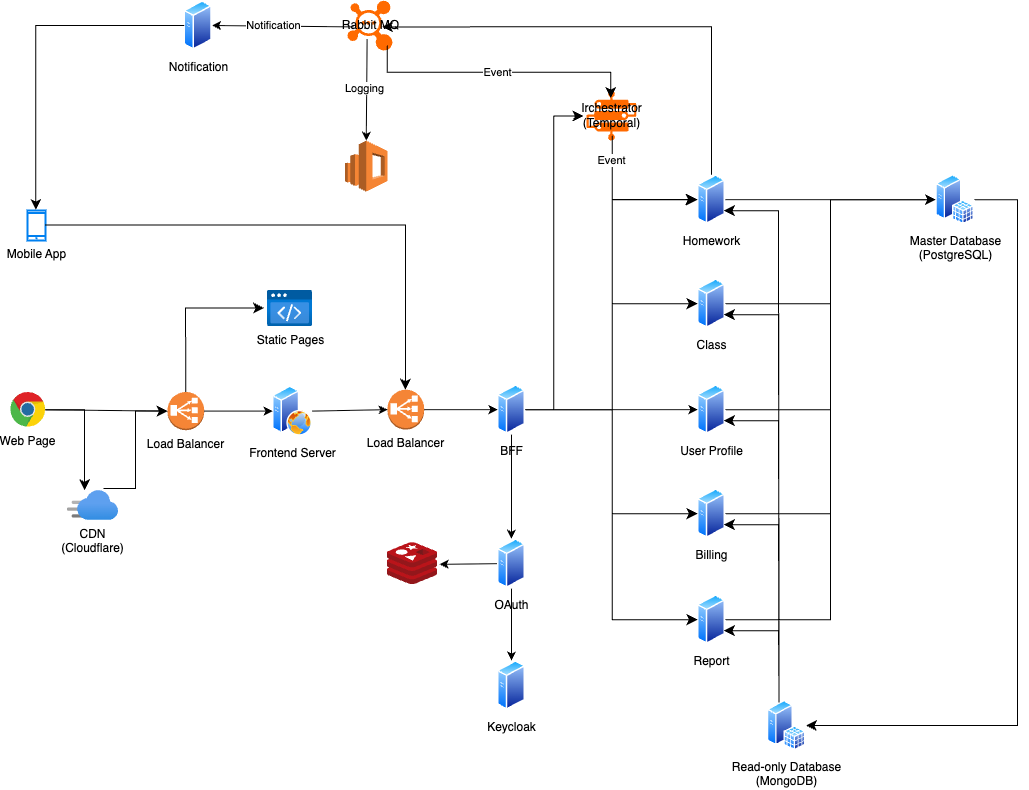
Above: docs/diagram/SystemDiagram.png in AnsonCheng03/TSIS_Wiki (draw.io), before the change. Source tidied: cells renumbered, new cells last; positions are measured from the earlier drawing's top-left corner, leaving out a move shared by most shapes.
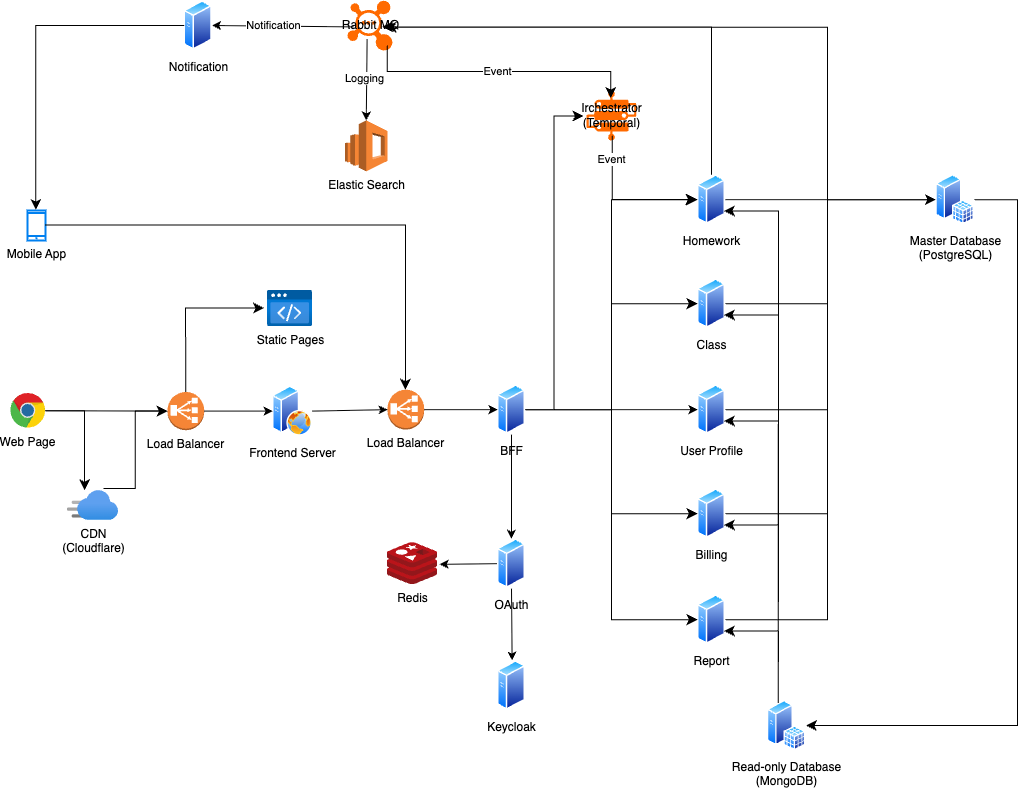
After the commit.

Commit message:
docs: update System Architecture Diagram

Diff of the diagram source:
```diff
@@ -2,7 +2,7 @@
   <root>
     <mxCell id="0" />
     <mxCell id="1" parent="0" />
-    <mxCell id="2" style="image;sketch=0;html=1;points=[];align=center;fontSize=12;image=img/lib/mscae/Cache_Redis_Product.svg;" parent="1" vertex="1">
+    <mxCell id="2" value="Redis" style="image;sketch=0;html=1;points=[];align=center;fontSize=12;image=img/lib/mscae/Cache_Redis_Product.svg;" parent="1" vertex="1">
       <mxGeometry x="377" y="542.1" width="50" height="42" as="geometry" />
     </mxCell>
     <mxCell id="3" value="Mobile App" style="html=1;verticalLabelPosition=bottom;align=center;labelBackgroundColor=#ffffff;verticalAlign=top;strokeWidth=2;strokeColor=#0080F0;shadow=0;dashed=0;shape=mxgraph.ios7.icons.smartphone;" parent="1" vertex="1">
@@ -15,7 +15,7 @@
       <mxGeometry relative="1" as="geometry" />
     </mxCell>
     <mxCell id="6" value="Web Page" style="dashed=0;outlineConnect=0;html=1;align=center;labelPosition=center;verticalLabelPosition=bottom;verticalAlign=top;shape=mxgraph.weblogos.chrome;" parent="1" vertex="1">
-      <mxGeometry x="-0.1" y="391.5" width="35.1" height="35.4" as="geometry" />
+      <mxGeometry x="-0.1" y="392.5" width="35.1" height="35.4" as="geometry" />
     </mxCell>
     <mxCell id="7" value="Load Balancer" style="outlineConnect=0;dashed=0;verticalLabelPosition=bottom;verticalAlign=top;align=center;html=1;shape=mxgraph.aws3.classic_load_balancer;fillColor=#F58536;gradientColor=none;" parent="1" vertex="1">
       <mxGeometry x="157" y="391.4" width="36.7" height="38.3" as="geometry" />
@@ -27,7 +27,11 @@
       <mxGeometry x="57" y="490" width="51" height="30" as="geometry" />
     </mxCell>
     <mxCell id="10" style="edgeStyle=segmentEdgeStyle;endArrow=classic;html=1;curved=0;rounded=0;endSize=8;startSize=8;entryX=0.333;entryY=-0.009;entryDx=0;entryDy=0;entryPerimeter=0;" parent="1" edge="1" source="6" target="9">
-      <mxGeometry relative="1" as="geometry" />
+      <mxGeometry relative="1" as="geometry">
+        <Array as="points">
+          <mxPoint x="74" y="410" />
+        </Array>
+      </mxGeometry>
     </mxCell>
     <mxCell id="11" style="edgeStyle=elbowEdgeStyle;elbow=horizontal;endArrow=classic;html=1;curved=0;rounded=0;endSize=8;startSize=8;exitX=0.708;exitY=-0.067;exitDx=0;exitDy=0;exitPerimeter=0;entryX=0;entryY=0.5;entryDx=0;entryDy=0;entryPerimeter=0;" parent="1" edge="1" source="9" target="7">
       <mxGeometry relative="1" as="geometry" />
@@ -157,19 +161,35 @@
       <mxGeometry relative="1" as="geometry" />
     </mxCell>
     <mxCell id="45" style="edgeStyle=elbowEdgeStyle;elbow=horizontal;endArrow=classic;html=1;curved=0;rounded=0;endSize=8;startSize=8;entryX=0;entryY=0.5;entryDx=0;entryDy=0;exitX=1;exitY=0.5;exitDx=0;exitDy=0;" parent="1" edge="1" source="25" target="38">
-      <mxGeometry relative="1" as="geometry" />
+      <mxGeometry relative="1" as="geometry">
+        <Array as="points">
+          <mxPoint x="817" y="410" />
+        </Array>
+      </mxGeometry>
     </mxCell>
     <mxCell id="46" style="endArrow=classic;html=1;rounded=0;exitX=1;exitY=0.5;exitDx=0;exitDy=0;entryX=0;entryY=0.5;entryDx=0;entryDy=0;" parent="1" edge="1" source="21" target="38">
       <mxGeometry relative="1" as="geometry" />
     </mxCell>
     <mxCell id="47" style="edgeStyle=elbowEdgeStyle;elbow=horizontal;endArrow=classic;html=1;curved=0;rounded=0;endSize=8;startSize=8;entryX=0;entryY=0.5;entryDx=0;entryDy=0;exitX=1;exitY=0.5;exitDx=0;exitDy=0;" parent="1" edge="1" source="24" target="38">
-      <mxGeometry relative="1" as="geometry" />
+      <mxGeometry relative="1" as="geometry">
+        <Array as="points">
+          <mxPoint x="817" y="360" />
+        </Array>
+      </mxGeometry>
     </mxCell>
     <mxCell id="48" style="edgeStyle=elbowEdgeStyle;elbow=horizontal;endArrow=classic;html=1;curved=0;rounded=0;endSize=8;startSize=8;exitX=1;exitY=0.5;exitDx=0;exitDy=0;entryX=0;entryY=0.5;entryDx=0;entryDy=0;" parent="1" edge="1" source="23" target="38">
-      <mxGeometry relative="1" as="geometry" />
+      <mxGeometry relative="1" as="geometry">
+        <Array as="points">
+          <mxPoint x="817" y="300" />
+        </Array>
+      </mxGeometry>
     </mxCell>
     <mxCell id="49" style="edgeStyle=elbowEdgeStyle;elbow=horizontal;endArrow=classic;html=1;curved=0;rounded=0;endSize=8;startSize=8;exitX=1;exitY=0.5;exitDx=0;exitDy=0;entryX=0;entryY=0.5;entryDx=0;entryDy=0;" parent="1" edge="1" source="22" target="38">
-      <mxGeometry relative="1" as="geometry" />
+      <mxGeometry relative="1" as="geometry">
+        <Array as="points">
+          <mxPoint x="817" y="250" />
+        </Array>
+      </mxGeometry>
     </mxCell>
     <mxCell id="50" style="edgeStyle=elbowEdgeStyle;elbow=horizontal;endArrow=classic;html=1;curved=0;rounded=0;endSize=8;startSize=8;entryX=1;entryY=0.75;entryDx=0;entryDy=0;exitX=0.25;exitY=0;exitDx=0;exitDy=0;" parent="1" edge="1" source="39" target="25">
       <mxGeometry relative="1" as="geometry">
@@ -206,8 +226,8 @@
         </Array>
       </mxGeometry>
     </mxCell>
-    <mxCell id="55" style="outlineConnect=0;dashed=0;verticalLabelPosition=bottom;verticalAlign=top;align=center;html=1;shape=mxgraph.aws3.elasticsearch_service;fillColor=#F58534;gradientColor=none;" parent="1" vertex="1">
-      <mxGeometry x="334.5" y="140.1" width="42.5" height="51" as="geometry" />
+    <mxCell id="55" value="Elastic Search" style="outlineConnect=0;dashed=0;verticalLabelPosition=bottom;verticalAlign=top;align=center;html=1;shape=mxgraph.aws3.elasticsearch_service;fillColor=#F58534;gradientColor=none;" parent="1" vertex="1">
+      <mxGeometry x="334.5" y="120" width="42.5" height="51" as="geometry" />
     </mxCell>
     <mxCell id="56" style="endArrow=classic;html=1;rounded=0;exitX=0.436;exitY=0.777;exitDx=0;exitDy=0;exitPerimeter=0;entryX=0.5;entryY=0;entryDx=0;entryDy=0;entryPerimeter=0;" parent="1" edge="1" source="43" target="55">
       <mxGeometry relative="1" as="geometry" />
@@ -229,5 +249,12 @@
     <mxCell id="61" value="Keycloak" style="image;perimeter=ellipsePerimeter;html=1;align=center;shadow=0;dashed=0;spacingTop=3;image=img/lib/active_directory/generic_server.svg;" parent="1" vertex="1">
       <mxGeometry x="487" y="660" width="28" height="50" as="geometry" />
     </mxCell>
+    <mxCell id="62" style="edgeStyle=elbowEdgeStyle;elbow=horizontal;endArrow=classic;html=1;curved=0;rounded=0;endSize=8;startSize=8;entryX=0.844;entryY=0.532;entryDx=0;entryDy=0;entryPerimeter=0;exitX=1;exitY=0.5;exitDx=0;exitDy=0;" parent="1" edge="1" source="25" target="43">
+      <mxGeometry relative="1" as="geometry">
+        <Array as="points">
+          <mxPoint x="817" y="330" />
+        </Array>
+      </mxGeometry>
+    </mxCell>
   </root>
 </mxGraphModel>
```
